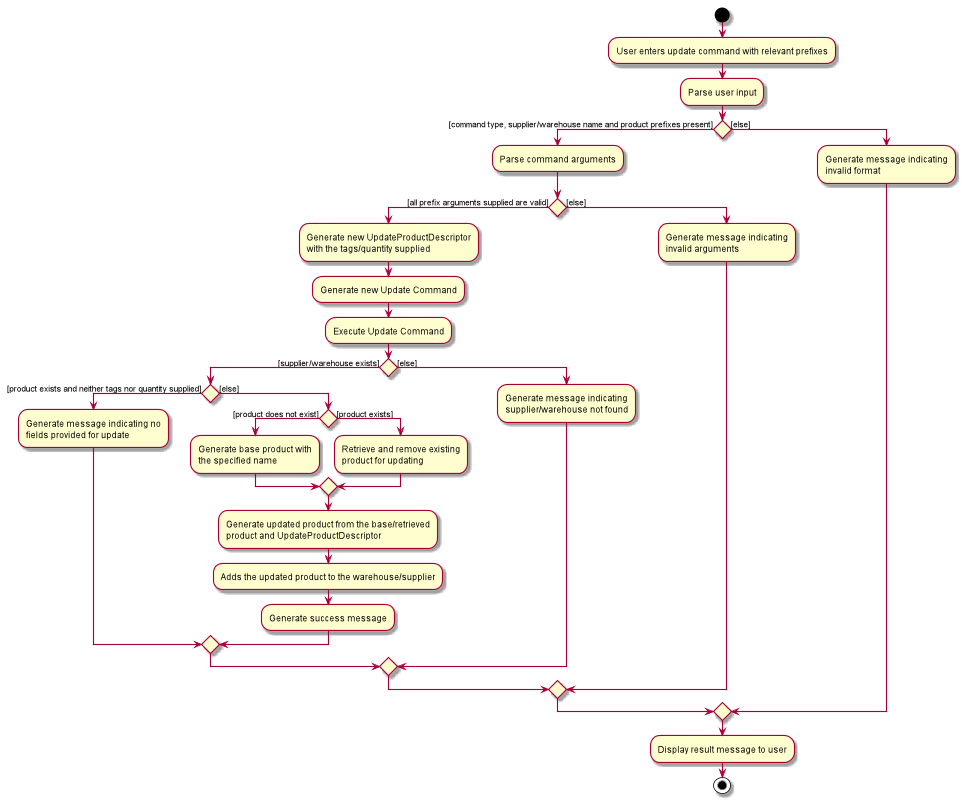
This is docs/images/UpdateCommandActivityDiagram.png from tohyuting/tp, a PlantUML export, as it was before one commit.
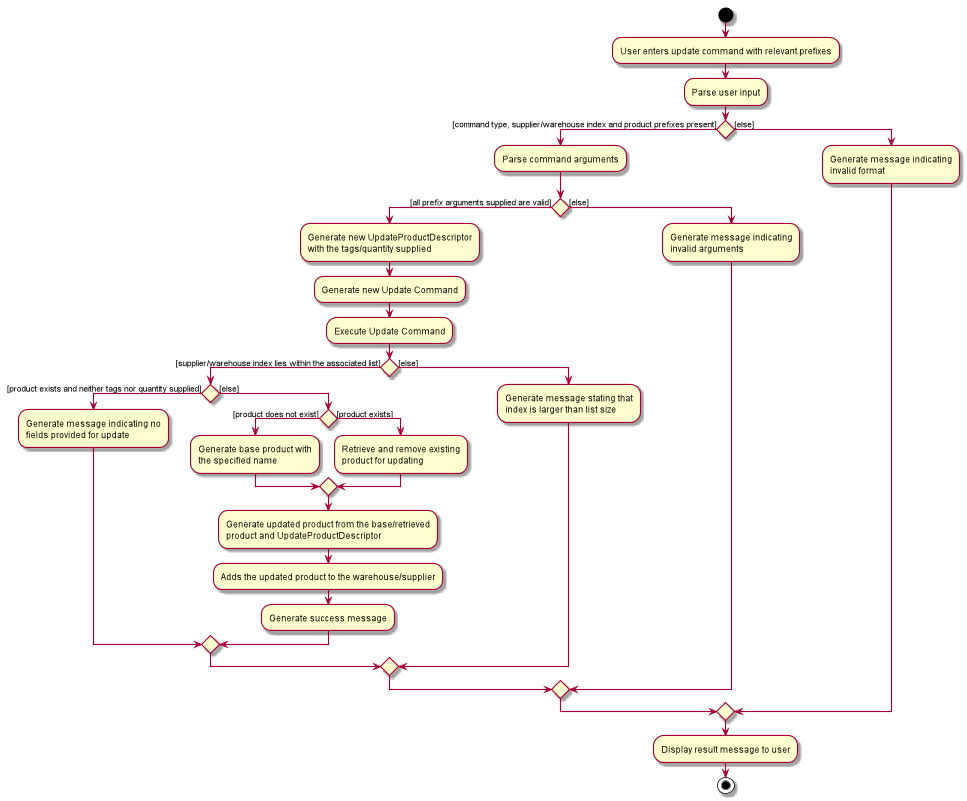
After the commit.

What changed in the source:
```diff
@@ -4,7 +4,7 @@
 :Parse user input;
 
 
-if () then ([command type, supplier/warehouse name and product prefixes present])
+if () then ([command type, supplier/warehouse index and product prefixes present])
     :Parse command arguments;
     if () then([all prefix arguments supplied are valid])
         :Generate new UpdateProductDescriptor
@@ -12,7 +12,7 @@
         :Generate new Update Command;
         :Execute Update Command;
 
-        if () then([supplier/warehouse exists])
+        if () then([supplier/warehouse index lies within the associated list])
           if() then([product exists and neither tags nor quantity supplied])
             :Generate message indicating no
             fields provided for update;
@@ -32,8 +32,8 @@
           endif
 
         else ([else])
-          :Generate message indicating
-          supplier/warehouse not found;
+          :Generate message stating that
+          index is larger than list size;
         endif
 
 
```
